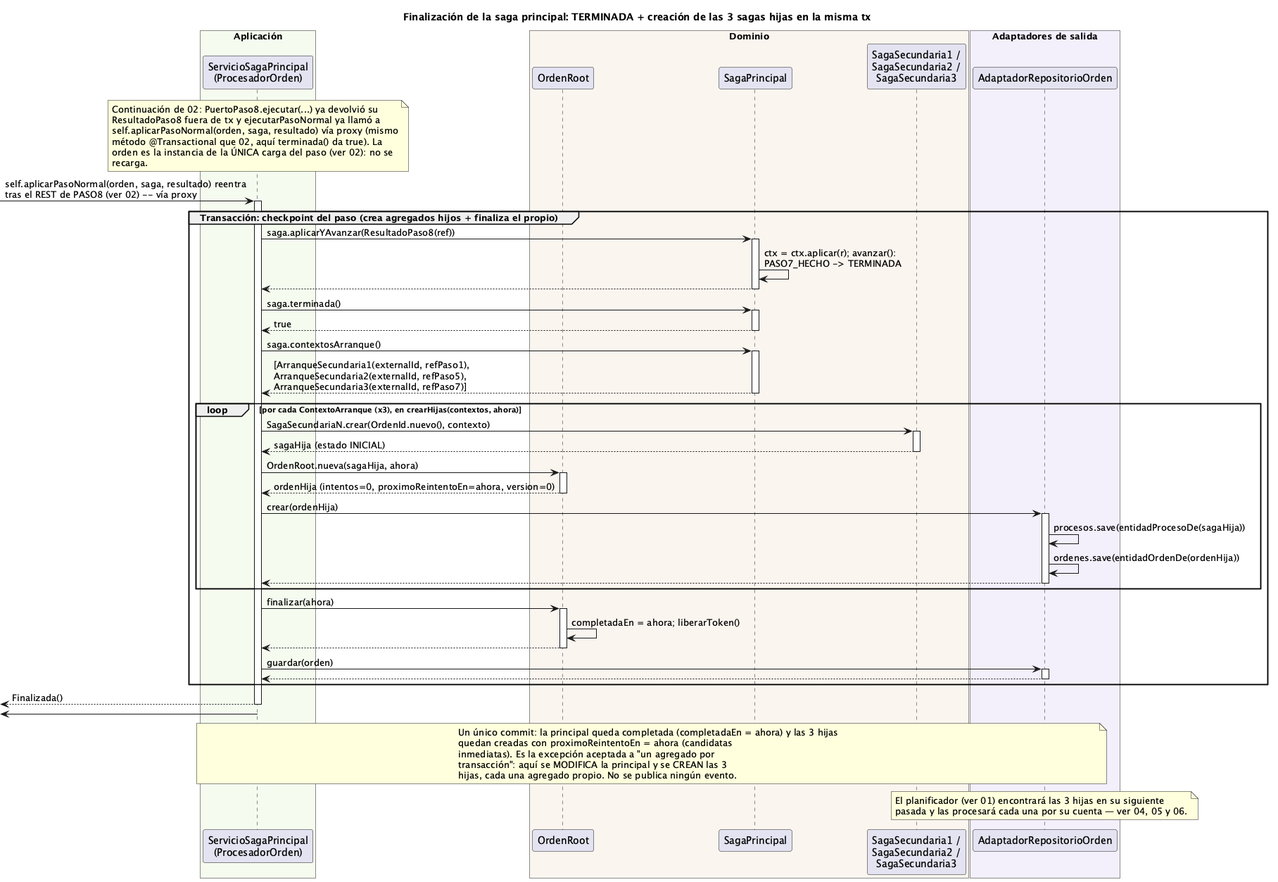
Earlier version of the PlantUML export order-manager/docs/03-finalizacion-saga-principal.png (ralcazar/patrones).
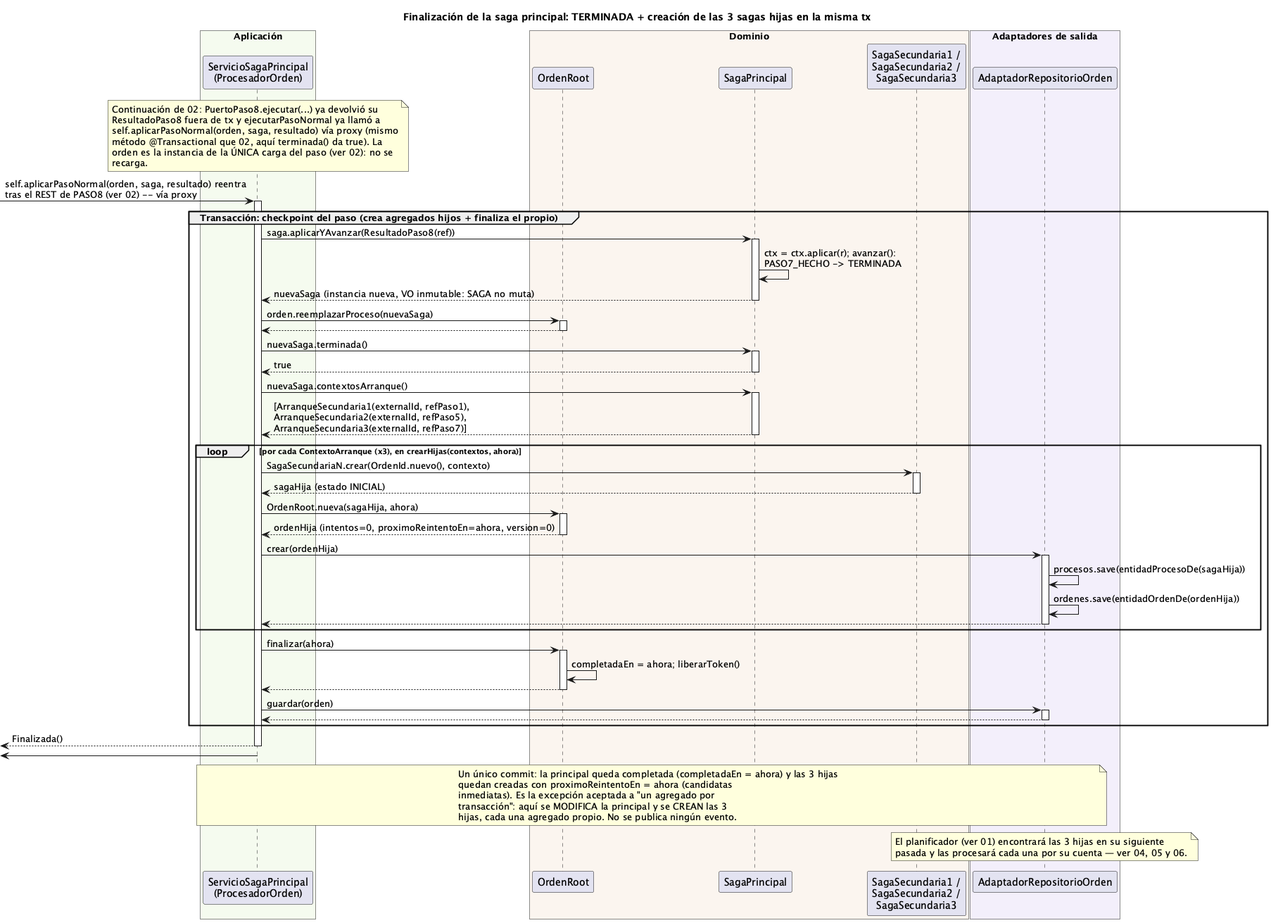
Above is the later version.

Change to the diagram source:
```diff
@@ -28,11 +28,13 @@
 group Transacción: checkpoint del paso (crea agregados hijos + finaliza el propio)
   ORQ -> SAGA ++ : saga.aplicarYAvanzar(ResultadoPaso8(ref))
   SAGA -> SAGA : ctx = ctx.aplicar(r); avanzar():\nPASO7_HECHO -> TERMINADA
+  return nuevaSaga (instancia nueva, VO inmutable: SAGA no muta)
+  ORQ -> ORDEN ++ : orden.reemplazarProceso(nuevaSaga)
   return
-  ORQ -> SAGA ++ : saga.terminada()
+  ORQ -> SAGA ++ : nuevaSaga.terminada()
   return true
 
-  ORQ -> SAGA ++ : saga.contextosArranque()
+  ORQ -> SAGA ++ : nuevaSaga.contextosArranque()
   return [ArranqueSecundaria1(externalId, refPaso1),\nArranqueSecundaria2(externalId, refPaso5),\nArranqueSecundaria3(externalId, refPaso7)]
 
   loop por cada ContextoArranque (x3), en crearHijas(contextos, ahora)
```
